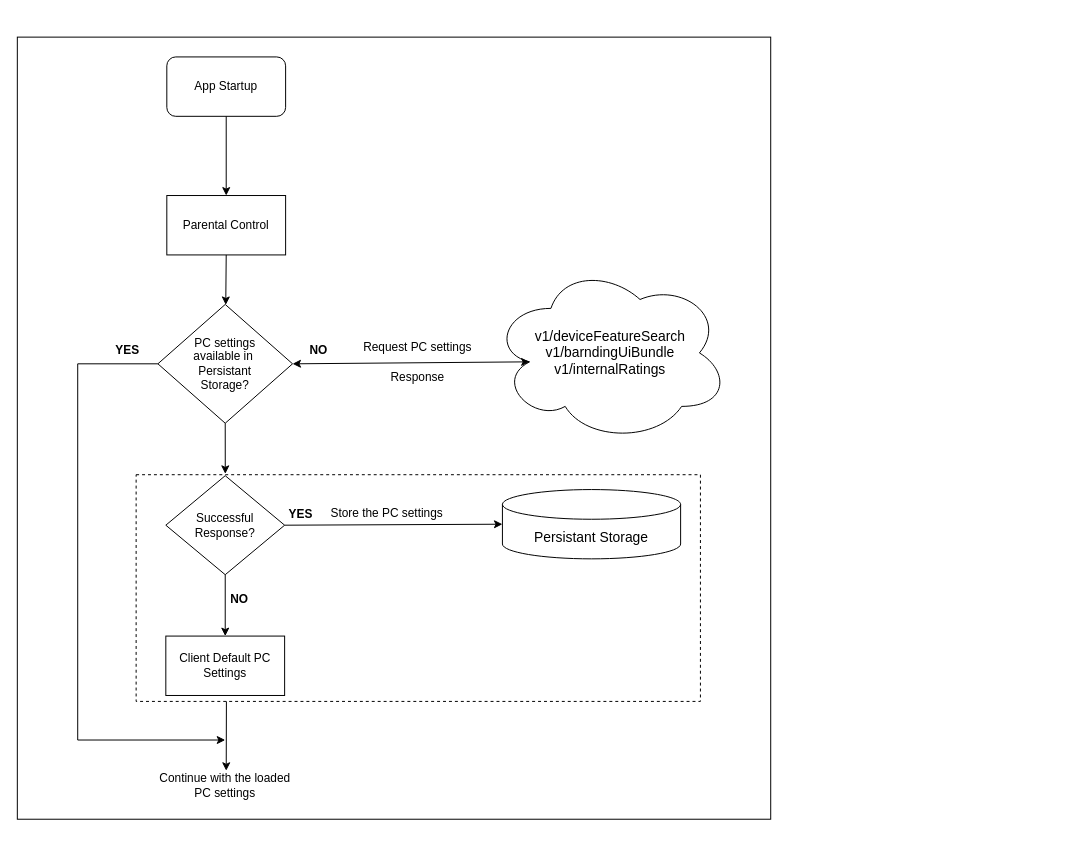
Before: parental-control-flow.drawio in ashokkumarsh/diagrams, a draw.io diagram. Source tidied: cells renumbered, new cells numbered last; positions are measured from the earlier drawing's top-left corner, leaving out a move shared by most shapes. Both pictures are drawn from the tidied source at 99%, with x=0, y=0 at pixel (17, 37).
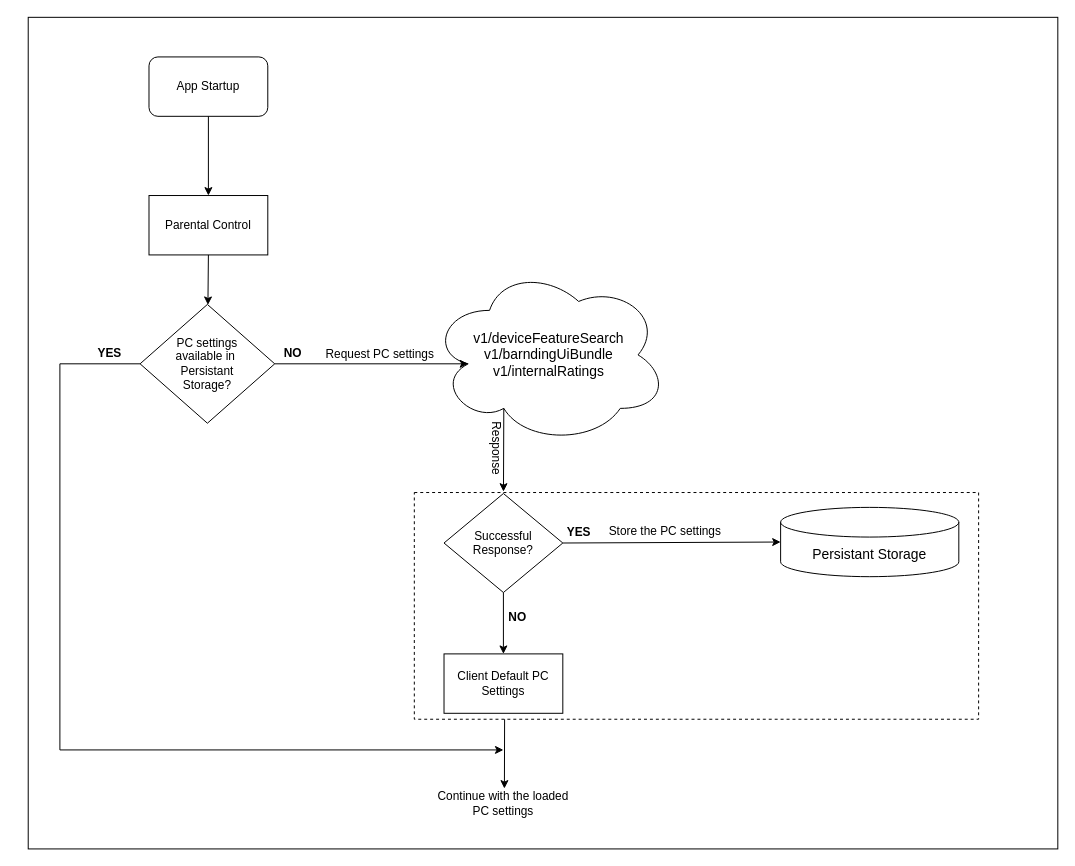
The same page after the edit.

What changed in the source:
```diff
@@
-    <mxCell id="2" style="group;" parent="1" vertex="1">
-      <mxGeometry width="761" height="790" as="geometry" />
-    </mxCell>
-    <mxCell id="3" style="rounded=0;whiteSpace=wrap;html=1;fillColor=default;" parent="2" vertex="1">
-      <mxGeometry width="761" height="790" as="geometry" />
-    </mxCell>
+    <mxCell id="30" style="rounded=0;whiteSpace=wrap;html=1;" parent="1" vertex="1">
+      <mxGeometry x="11" y="-20" width="1040" height="840" as="geometry" />
+    </mxCell>
-    <mxCell id="4" style="rounded=0;whiteSpace=wrap;html=1;fillColor=none;dashed=1;" parent="2" vertex="1">
-      <mxGeometry x="120" y="442" width="570" height="229" as="geometry" />
+    <mxCell id="4" style="rounded=0;whiteSpace=wrap;html=1;fillColor=none;dashed=1;" parent="1" vertex="1">
+      <mxGeometry x="401" y="460" width="570" height="229" as="geometry" />
     </mxCell>
-    <mxCell id="5" value="&lt;span style=&quot;font-size: 14px;&quot;&gt;&lt;font style=&quot;font-size: 14px;&quot;&gt;v1/deviceFeatureSearch&lt;/font&gt;&lt;/span&gt;&lt;div style=&quot;font-size: 14px;&quot;&gt;&lt;font style=&quot;font-size: 14px;&quot;&gt;v1/barndingUiBundle&lt;/font&gt;&lt;/div&gt;&lt;div style=&quot;font-size: 14px;&quot;&gt;&lt;font style=&quot;font-size: 14px;&quot;&gt;v1/internalRatings&lt;/font&gt;&lt;/div&gt;" style="ellipse;shape=cloud;whiteSpace=wrap;html=1;" parent="2" vertex="1">
-      <mxGeometry x="479" y="229" width="240" height="180" as="geometry" />
+    <mxCell id="5" value="&lt;span style=&quot;font-size: 14px;&quot;&gt;&lt;font style=&quot;font-size: 14px;&quot;&gt;v1/deviceFeatureSearch&lt;/font&gt;&lt;/span&gt;&lt;div style=&quot;font-size: 14px;&quot;&gt;&lt;font style=&quot;font-size: 14px;&quot;&gt;v1/barndingUiBundle&lt;/font&gt;&lt;/div&gt;&lt;div style=&quot;font-size: 14px;&quot;&gt;&lt;font style=&quot;font-size: 14px;&quot;&gt;v1/internalRatings&lt;/font&gt;&lt;/div&gt;" style="ellipse;shape=cloud;whiteSpace=wrap;html=1;" parent="1" vertex="1">
+      <mxGeometry x="417" y="231" width="240" height="180" as="geometry" />
     </mxCell>
-    <mxCell id="6" style="edgeStyle=orthogonalEdgeStyle;rounded=0;orthogonalLoop=1;jettySize=auto;html=1;exitX=0.5;exitY=1;exitDx=0;exitDy=0;exitPerimeter=0;" parent="2" edge="1" source="7" target="7">
+    <mxCell id="6" style="edgeStyle=orthogonalEdgeStyle;rounded=0;orthogonalLoop=1;jettySize=auto;html=1;exitX=0.5;exitY=1;exitDx=0;exitDy=0;exitPerimeter=0;" parent="1" edge="1" source="7" target="7">
       <mxGeometry relative="1" as="geometry" />
     </mxCell>
-    <mxCell id="7" value="&lt;font style=&quot;font-size: 14px;&quot;&gt;Persistant Storage&lt;/font&gt;" style="shape=cylinder3;whiteSpace=wrap;html=1;boundedLbl=1;backgroundOutline=1;size=15;" parent="2" vertex="1">
-      <mxGeometry x="490" y="457" width="180" height="70" as="geometry" />
+    <mxCell id="7" value="&lt;font style=&quot;font-size: 14px;&quot;&gt;Persistant Storage&lt;/font&gt;" style="shape=cylinder3;whiteSpace=wrap;html=1;boundedLbl=1;backgroundOutline=1;size=15;" parent="1" vertex="1">
+      <mxGeometry x="771" y="475" width="180" height="70" as="geometry" />
     </mxCell>
-    <mxCell id="8" value="Parental Control" style="rounded=0;whiteSpace=wrap;html=1;" parent="2" vertex="1">
-      <mxGeometry x="151" y="160" width="120" height="60" as="geometry" />
+    <mxCell id="8" value="Parental Control" style="rounded=0;whiteSpace=wrap;html=1;" parent="1" vertex="1">
+      <mxGeometry x="133" y="160" width="120" height="60" as="geometry" />
     </mxCell>
-    <mxCell id="9" value="App Startup" style="rounded=1;whiteSpace=wrap;html=1;" parent="2" vertex="1">
-      <mxGeometry x="151" y="20" width="120" height="60" as="geometry" />
+    <mxCell id="9" value="App Startup" style="rounded=1;whiteSpace=wrap;html=1;" parent="1" vertex="1">
+      <mxGeometry x="133" y="20" width="120" height="60" as="geometry" />
     </mxCell>
-    <mxCell id="10" style="endArrow=classic;html=1;rounded=0;exitX=0.5;exitY=1;exitDx=0;exitDy=0;" parent="2" edge="1" source="9" target="8">
+    <mxCell id="10" style="endArrow=classic;html=1;rounded=0;exitX=0.5;exitY=1;exitDx=0;exitDy=0;" parent="1" edge="1" source="9" target="8">
       <mxGeometry relative="1" as="geometry" />
     </mxCell>
-    <mxCell id="11" value="Request PC settings" style="text;html=1;align=center;verticalAlign=middle;strokeColor=none;fillColor=none;" parent="2" vertex="1">
-      <mxGeometry x="339" y="299" width="130" height="30" as="geometry" />
+    <mxCell id="11" value="Request PC settings" style="text;html=1;align=center;verticalAlign=middle;strokeColor=none;fillColor=none;" parent="1" vertex="1">
+      <mxGeometry x="301" y="306" width="130" height="30" as="geometry" />
     </mxCell>
-    <mxCell id="12" value="Response" style="text;html=1;align=center;verticalAlign=middle;strokeColor=none;fillColor=none;" parent="2" vertex="1">
-      <mxGeometry x="364" y="329" width="80" height="30" as="geometry" />
-    </mxCell>
-    <mxCell id="13" value="Successful Response?" style="rhombus;whiteSpace=wrap;html=1;" parent="2" vertex="1">
-      <mxGeometry x="150" y="443" width="120" height="100" as="geometry" />
+    <mxCell id="13" value="Successful Response?" style="rhombus;whiteSpace=wrap;html=1;" parent="1" vertex="1">
+      <mxGeometry x="431" y="461" width="120" height="100" as="geometry" />
     </mxCell>
-    <mxCell id="14" style="endArrow=classic;html=1;rounded=0;exitX=0.5;exitY=1;exitDx=0;exitDy=0;" parent="2" edge="1" source="8" target="23">
+    <mxCell id="14" style="endArrow=classic;html=1;rounded=0;exitX=0.5;exitY=1;exitDx=0;exitDy=0;" parent="1" edge="1" source="8" target="23">
       <mxGeometry relative="1" as="geometry" />
     </mxCell>
-    <mxCell id="15" style="endArrow=classic;html=1;rounded=0;exitX=1;exitY=0.5;exitDx=0;exitDy=0;entryX=0;entryY=0.5;entryDx=0;entryDy=0;entryPerimeter=0;" parent="2" edge="1" source="13" target="7">
+    <mxCell id="15" style="endArrow=classic;html=1;rounded=0;exitX=1;exitY=0.5;exitDx=0;exitDy=0;entryX=0;entryY=0.5;entryDx=0;entryDy=0;entryPerimeter=0;" parent="1" edge="1" source="13" target="7">
       <mxGeometry relative="1" as="geometry" />
     </mxCell>
-    <mxCell id="16" value="Store the PC settings" style="text;html=1;align=center;verticalAlign=middle;strokeColor=none;fillColor=none;" parent="2" vertex="1">
-      <mxGeometry x="303" y="466" width="140" height="30" as="geometry" />
+    <mxCell id="16" value="Store the PC settings" style="text;html=1;align=center;verticalAlign=middle;strokeColor=none;fillColor=none;" parent="1" vertex="1">
+      <mxGeometry x="584" y="484" width="140" height="30" as="geometry" />
     </mxCell>
-    <mxCell id="17" value="Client Default PC Settings" style="rounded=0;whiteSpace=wrap;html=1;" parent="2" vertex="1">
-      <mxGeometry x="150" y="605" width="120" height="60" as="geometry" />
+    <mxCell id="17" value="Client Default PC Settings" style="rounded=0;whiteSpace=wrap;html=1;" parent="1" vertex="1">
+      <mxGeometry x="431" y="623" width="120" height="60" as="geometry" />
     </mxCell>
-    <mxCell id="18" style="endArrow=classic;html=1;rounded=0;exitX=0.5;exitY=1;exitDx=0;exitDy=0;" parent="2" edge="1" source="13" target="17">
+    <mxCell id="18" style="endArrow=classic;html=1;rounded=0;exitX=0.5;exitY=1;exitDx=0;exitDy=0;" parent="1" edge="1" source="13" target="17">
       <mxGeometry relative="1" as="geometry" />
     </mxCell>
-    <mxCell id="19" value="NO" style="text;html=1;align=center;verticalAlign=middle;strokeColor=none;fillColor=none;fontStyle=1;" parent="2" vertex="1">
-      <mxGeometry x="204" y="553" width="40" height="30" as="geometry" />
+    <mxCell id="19" value="NO" style="text;html=1;align=center;verticalAlign=middle;strokeColor=none;fillColor=none;fontStyle=1;" parent="1" vertex="1">
+      <mxGeometry x="485" y="571" width="40" height="30" as="geometry" />
     </mxCell>
-    <mxCell id="20" style="edgeStyle=orthogonalEdgeStyle;rounded=0;orthogonalLoop=1;jettySize=auto;html=1;exitX=0.5;exitY=1;exitDx=0;exitDy=0;" parent="2" edge="1" source="4" target="4">
+    <mxCell id="20" style="edgeStyle=orthogonalEdgeStyle;rounded=0;orthogonalLoop=1;jettySize=auto;html=1;exitX=0.5;exitY=1;exitDx=0;exitDy=0;" parent="1" edge="1" source="4" target="4">
       <mxGeometry relative="1" as="geometry" />
     </mxCell>
-    <mxCell id="21" style="endArrow=classic;html=1;rounded=0;exitX=0.16;exitY=1;exitDx=0;exitDy=0;exitPerimeter=0;" parent="2" edge="1" source="4">
+    <mxCell id="21" style="endArrow=classic;html=1;rounded=0;exitX=0.16;exitY=1;exitDx=0;exitDy=0;exitPerimeter=0;" parent="1" edge="1" source="4">
       <mxGeometry relative="1" as="geometry">
-        <mxPoint x="211" y="741" as="targetPoint" />
+        <mxPoint x="492" y="759" as="targetPoint" />
       </mxGeometry>
     </mxCell>
-    <mxCell id="22" value="Continue with the loaded PC settings" style="text;html=1;align=center;verticalAlign=middle;whiteSpace=wrap;rounded=0;" parent="2" vertex="1">
-      <mxGeometry x="140" y="741" width="140" height="30" as="geometry" />
+    <mxCell id="22" value="Continue with the loaded PC settings" style="text;html=1;align=center;verticalAlign=middle;whiteSpace=wrap;rounded=0;" parent="1" vertex="1">
+      <mxGeometry x="421" y="759" width="140" height="30" as="geometry" />
     </mxCell>
-    <mxCell id="23" value="PC settings&lt;div&gt;available in&amp;nbsp;&lt;/div&gt;&lt;div&gt;Persistant&lt;/div&gt;&lt;div&gt;Storage?&lt;/div&gt;" style="rhombus;whiteSpace=wrap;html=1;" parent="2" vertex="1">
-      <mxGeometry x="142" y="270" width="136" height="120" as="geometry" />
+    <mxCell id="23" value="PC settings&lt;div&gt;available in&amp;nbsp;&lt;/div&gt;&lt;div&gt;Persistant&lt;/div&gt;&lt;div&gt;Storage?&lt;/div&gt;" style="rhombus;whiteSpace=wrap;html=1;" parent="1" vertex="1">
+      <mxGeometry x="124" y="270" width="136" height="120" as="geometry" />
     </mxCell>
-    <mxCell id="24" style="endArrow=classic;startArrow=classic;html=1;rounded=0;exitX=1;exitY=0.5;exitDx=0;exitDy=0;entryX=0.16;entryY=0.55;entryDx=0;entryDy=0;entryPerimeter=0;" parent="2" edge="1" source="23" target="5">
-      <mxGeometry relative="1" as="geometry" />
-    </mxCell>
-    <mxCell id="25" value="NO" style="text;html=1;align=center;verticalAlign=middle;strokeColor=none;fillColor=none;fontStyle=1;" parent="2" vertex="1">
-      <mxGeometry x="284" y="302" width="40" height="30" as="geometry" />
+    <mxCell id="25" value="NO" style="text;html=1;align=center;verticalAlign=middle;strokeColor=none;fillColor=none;fontStyle=1;" parent="1" vertex="1">
+      <mxGeometry x="258" y="305" width="40" height="30" as="geometry" />
     </mxCell>
-    <mxCell id="26" style="endArrow=classic;html=1;rounded=0;exitX=0.5;exitY=1;exitDx=0;exitDy=0;entryX=0.158;entryY=-0.004;entryDx=0;entryDy=0;entryPerimeter=0;" parent="2" edge="1" source="23" target="4">
+    <mxCell id="26" style="endArrow=classic;html=1;rounded=0;exitX=0.31;exitY=0.8;exitDx=0;exitDy=0;entryX=0.158;entryY=-0.004;entryDx=0;entryDy=0;entryPerimeter=0;exitPerimeter=0;" parent="1" edge="1" source="5" target="4">
       <mxGeometry relative="1" as="geometry" />
     </mxCell>
-    <mxCell id="27" style="endArrow=classic;html=1;rounded=0;exitX=0;exitY=0.5;exitDx=0;exitDy=0;" parent="2" edge="1" source="23">
+    <mxCell id="27" style="endArrow=classic;html=1;rounded=0;exitX=0;exitY=0.5;exitDx=0;exitDy=0;" parent="1" edge="1" source="23">
       <mxGeometry relative="1" as="geometry">
-        <mxPoint x="210" y="710" as="targetPoint" />
+        <mxPoint x="491" y="720" as="targetPoint" />
         <Array as="points">
-          <mxPoint x="61" y="330" />
-          <mxPoint x="61" y="710" />
+          <mxPoint x="43" y="330" />
+          <mxPoint x="43" y="720" />
         </Array>
       </mxGeometry>
     </mxCell>
-    <mxCell id="28" value="YES" style="text;html=1;align=center;verticalAlign=middle;strokeColor=none;fillColor=none;fontStyle=1;" parent="2" vertex="1">
-      <mxGeometry x="86" y="302" width="50" height="30" as="geometry" />
+    <mxCell id="28" value="YES" style="text;html=1;align=center;verticalAlign=middle;strokeColor=none;fillColor=none;fontStyle=1;" parent="1" vertex="1">
+      <mxGeometry x="68" y="305" width="50" height="30" as="geometry" />
     </mxCell>
-    <mxCell id="29" value="YES" style="text;html=1;align=center;verticalAlign=middle;strokeColor=none;fillColor=none;fontStyle=1;" parent="2" vertex="1">
-      <mxGeometry x="261" y="467" width="50" height="30" as="geometry" />
+    <mxCell id="29" value="YES" style="text;html=1;align=center;verticalAlign=middle;strokeColor=none;fillColor=none;fontStyle=1;" parent="1" vertex="1">
+      <mxGeometry x="542" y="485" width="50" height="30" as="geometry" />
     </mxCell>
+    <mxCell id="24" style="endArrow=classic;html=1;rounded=0;exitX=1;exitY=0.5;exitDx=0;exitDy=0;entryX=0.16;entryY=0.55;entryDx=0;entryDy=0;entryPerimeter=0;" parent="1" edge="1" source="23" target="5">
+      <mxGeometry relative="1" as="geometry" />
+    </mxCell>
+    <mxCell id="12" value="Response" style="text;html=1;align=center;verticalAlign=middle;strokeColor=none;fillColor=none;rotation=90;" parent="1" vertex="1">
+      <mxGeometry x="444" y="400" width="80" height="30" as="geometry" />
+    </mxCell>
```
